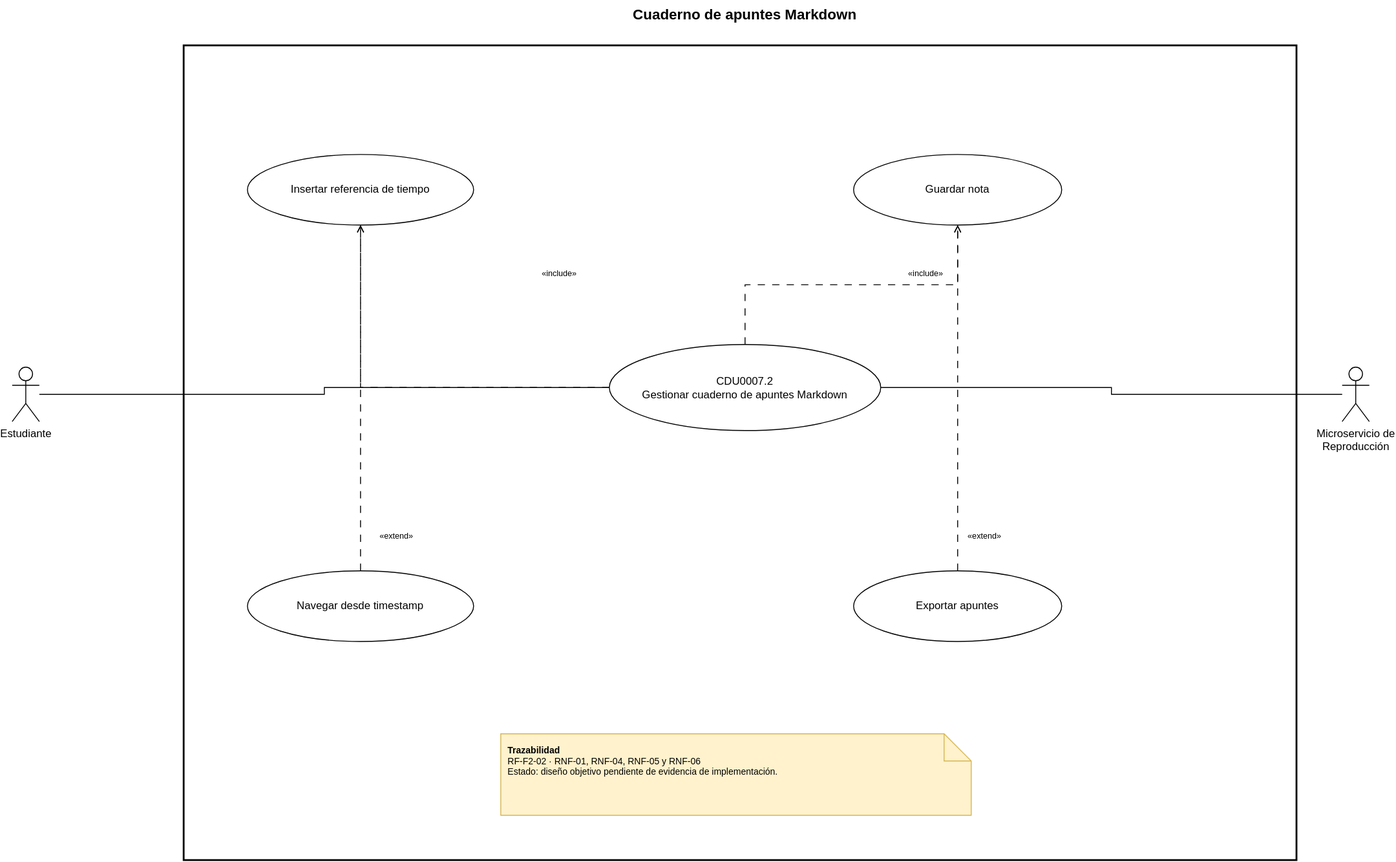
This is Documentacion/CDU/CDU_Expandido_CDU29_202307691.drawio.svg from thanya-gate/SA_PROYECTO_202307691, a draw.io export, as it was before one commit. Source tidied: cells renumbered, new cells last; positions are measured from the earlier drawing's top-left corner, leaving out a move shared by most shapes.
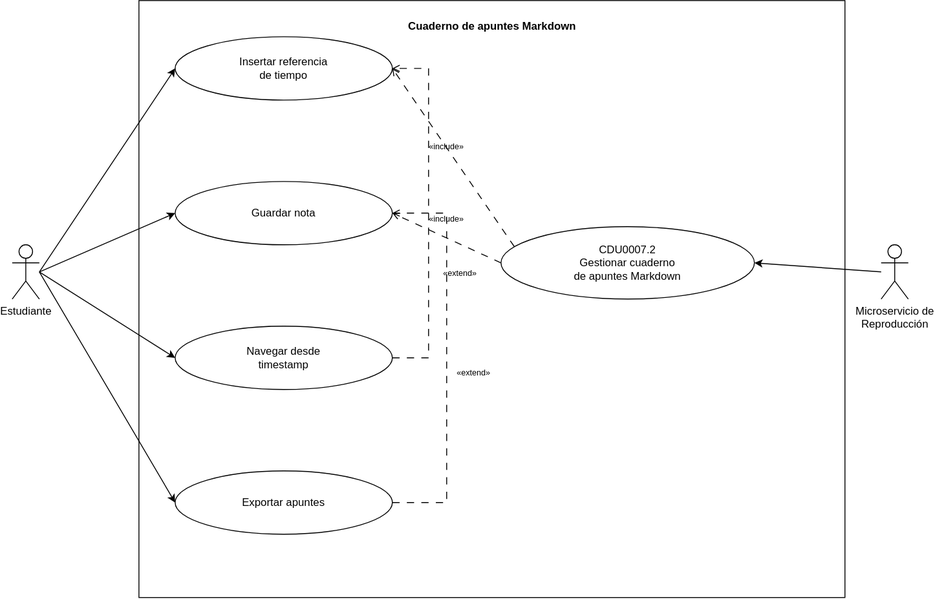
The same file after the commit.

Change to the diagram source:
```diff
@@ -1,66 +1,84 @@
-<mxGraphModel>
+<mxGraphModel background="#ffffff">
   <root>
     <mxCell id="0" />
     <mxCell id="1" parent="0" />
-    <mxCell id="2" style="rounded=0;whiteSpace=wrap;html=1;fillColor=none;strokeWidth=2;" parent="1" vertex="1">
-      <mxGeometry x="190" y="50" width="1230" height="900" as="geometry" />
+    <mxCell id="2" style="html=1;whiteSpace=wrap;" parent="1" vertex="1">
+      <mxGeometry x="70" y="60" width="780" height="660" as="geometry" />
     </mxCell>
-    <mxCell id="3" value="Cuaderno de apuntes Markdown" style="text;html=1;whiteSpace=wrap;strokeColor=none;fillColor=none;align=center;verticalAlign=middle;fontStyle=1;fontSize=16;" parent="1" vertex="1">
-      <mxGeometry x="430" width="760" height="30" as="geometry" />
+    <mxCell id="3" value="Cuaderno de apuntes Markdown" style="text;align=center;fontStyle=1;verticalAlign=middle;spacingLeft=3;spacingRight=3;strokeColor=none;html=1;" parent="1" vertex="1">
+      <mxGeometry x="250" y="76" width="420" height="26" as="geometry" />
     </mxCell>
     <mxCell id="4" value="Estudiante" style="shape=umlActor;verticalLabelPosition=bottom;verticalAlign=top;html=1;" parent="1" vertex="1">
-      <mxGeometry y="405" width="30" height="60" as="geometry" />
+      <mxGeometry x="-70" y="330" width="30" height="60" as="geometry" />
     </mxCell>
     <mxCell id="5" value="Microservicio de&lt;div&gt;Reproducción&lt;/div&gt;" style="shape=umlActor;verticalLabelPosition=bottom;verticalAlign=top;html=1;" parent="1" vertex="1">
-      <mxGeometry x="1470" y="405" width="30" height="60" as="geometry" />
+      <mxGeometry x="890" y="330" width="30" height="60" as="geometry" />
     </mxCell>
-    <mxCell id="6" value="&lt;div&gt;CDU0007.2&lt;/div&gt;&lt;div&gt;Gestionar cuaderno de apuntes Markdown&lt;/div&gt;" style="ellipse;whiteSpace=wrap;html=1;" parent="1" vertex="1">
-      <mxGeometry x="660" y="380" width="300" height="95" as="geometry" />
-    </mxCell>
-    <mxCell id="7" value="&lt;div&gt;Insertar referencia de tiempo&lt;/div&gt;" style="ellipse;whiteSpace=wrap;html=1;" parent="1" vertex="1">
-      <mxGeometry x="260" y="170" width="250" height="78" as="geometry" />
+    <mxCell id="7" value="&lt;div&gt;Insertar referencia&lt;/div&gt;&lt;div&gt;de tiempo&lt;/div&gt;" style="ellipse;whiteSpace=wrap;html=1;" parent="1" vertex="1">
+      <mxGeometry x="110" y="100" width="240" height="70" as="geometry" />
     </mxCell>
     <mxCell id="8" value="&lt;div&gt;Guardar nota&lt;/div&gt;" style="ellipse;whiteSpace=wrap;html=1;" parent="1" vertex="1">
-      <mxGeometry x="930" y="170" width="230" height="78" as="geometry" />
+      <mxGeometry x="110" y="260" width="240" height="70" as="geometry" />
     </mxCell>
-    <mxCell id="9" value="&lt;div&gt;Navegar desde timestamp&lt;/div&gt;" style="ellipse;whiteSpace=wrap;html=1;" parent="1" vertex="1">
-      <mxGeometry x="260" y="630" width="250" height="78" as="geometry" />
+    <mxCell id="9" value="&lt;div&gt;Navegar desde&lt;/div&gt;&lt;div&gt;timestamp&lt;/div&gt;" style="ellipse;whiteSpace=wrap;html=1;" parent="1" vertex="1">
+      <mxGeometry x="110" y="420" width="240" height="70" as="geometry" />
     </mxCell>
     <mxCell id="10" value="&lt;div&gt;Exportar apuntes&lt;/div&gt;" style="ellipse;whiteSpace=wrap;html=1;" parent="1" vertex="1">
-      <mxGeometry x="930" y="630" width="230" height="78" as="geometry" />
+      <mxGeometry x="110" y="580" width="240" height="70" as="geometry" />
     </mxCell>
-    <mxCell id="11" value="&lt;b&gt;Trazabilidad&lt;/b&gt;&lt;br&gt;RF-F2-02 · RNF-01, RNF-04, RNF-05 y RNF-06&lt;br&gt;Estado: diseño objetivo pendiente de evidencia de implementación." style="shape=note;whiteSpace=wrap;html=1;fillColor=#fff2cc;strokeColor=#d6b656;align=left;verticalAlign=top;spacing=8;fontSize=10;" parent="1" vertex="1">
-      <mxGeometry x="540" y="810" width="520" height="90" as="geometry" />
-    </mxCell>
+    <mxCell id="6" value="&lt;div&gt;CDU0007.2&lt;/div&gt;&lt;div&gt;Gestionar cuaderno&lt;/div&gt;&lt;div&gt;de apuntes Markdown&lt;/div&gt;" style="ellipse;whiteSpace=wrap;html=1;" parent="1" vertex="1">
+      <mxGeometry x="470" y="310" width="280" height="80" as="geometry" />
+    </mxCell>
-    <mxCell id="12" style="edgeStyle=orthogonalEdgeStyle;rounded=0;jettySize=auto;html=1;endArrow=none;" parent="1" edge="1" source="4" target="6">
+    <mxCell id="12" style="rounded=0;jettySize=auto;html=1;exitX=1;exitY=0.5;exitDx=0;exitDy=0;exitPerimeter=0;entryX=0;entryY=0.5;entryDx=0;entryDy=0;" parent="1" edge="1" source="4" target="7">
       <mxGeometry relative="1" as="geometry" />
     </mxCell>
-    <mxCell id="13" style="edgeStyle=orthogonalEdgeStyle;rounded=0;jettySize=auto;html=1;endArrow=none;" parent="1" edge="1" source="5" target="6">
+    <mxCell id="13" style="rounded=0;jettySize=auto;html=1;exitX=1;exitY=0.5;exitDx=0;exitDy=0;exitPerimeter=0;entryX=0;entryY=0.5;entryDx=0;entryDy=0;" parent="1" edge="1" source="4" target="8">
       <mxGeometry relative="1" as="geometry" />
     </mxCell>
+    <mxCell id="22" style="rounded=0;jettySize=auto;html=1;exitX=1;exitY=0.5;exitDx=0;exitDy=0;exitPerimeter=0;entryX=0;entryY=0.5;entryDx=0;entryDy=0;" parent="1" edge="1" source="4" target="9">
+      <mxGeometry relative="1" as="geometry" />
+    </mxCell>
+    <mxCell id="23" style="rounded=0;jettySize=auto;html=1;exitX=1;exitY=0.5;exitDx=0;exitDy=0;exitPerimeter=0;entryX=0;entryY=0.5;entryDx=0;entryDy=0;" parent="1" edge="1" source="4" target="10">
+      <mxGeometry relative="1" as="geometry" />
+    </mxCell>
+    <mxCell id="24" style="rounded=0;jettySize=auto;html=1;exitX=0;exitY=0.5;exitDx=0;exitDy=0;exitPerimeter=0;entryX=1;entryY=0.5;entryDx=0;entryDy=0;" parent="1" edge="1" source="5" target="6">
+      <mxGeometry relative="1" as="geometry" />
+    </mxCell>
-    <mxCell id="14" style="edgeStyle=orthogonalEdgeStyle;rounded=0;jettySize=auto;html=1;dashed=1;dashPattern=8 8;endArrow=open;endFill=0;" parent="1" edge="1" source="6" target="7">
+    <mxCell id="14" style="rounded=0;jettySize=auto;html=1;strokeWidth=1;dashPattern=8 8;dashed=1;endArrow=open;endFill=0;exitX=0;exitY=0.25;exitDx=0;exitDy=0;entryX=1;entryY=0.5;entryDx=0;entryDy=0;" parent="1" edge="1" source="6" target="7">
       <mxGeometry relative="1" as="geometry" />
     </mxCell>
-    <mxCell id="15" value="«include»" style="text;html=1;whiteSpace=wrap;strokeColor=none;fillColor=none;align=center;verticalAlign=middle;fontSize=9;" parent="1" vertex="1">
-      <mxGeometry x="570" y="290" width="70" height="24" as="geometry" />
+    <mxCell id="15" value="«include»" style="text;html=1;whiteSpace=wrap;strokeColor=none;fillColor=none;align=center;verticalAlign=middle;rounded=0;fontSize=9;" parent="1" vertex="1">
+      <mxGeometry x="375" y="210" width="70" height="24" as="geometry" />
     </mxCell>
-    <mxCell id="16" style="edgeStyle=orthogonalEdgeStyle;rounded=0;jettySize=auto;html=1;dashed=1;dashPattern=8 8;endArrow=open;endFill=0;" parent="1" edge="1" source="6" target="8">
+    <mxCell id="16" style="rounded=0;jettySize=auto;html=1;strokeWidth=1;dashPattern=8 8;dashed=1;endArrow=open;endFill=0;exitX=0;exitY=0.5;exitDx=0;exitDy=0;entryX=1;entryY=0.5;entryDx=0;entryDy=0;" parent="1" edge="1" source="6" target="8">
       <mxGeometry relative="1" as="geometry" />
     </mxCell>
-    <mxCell id="17" value="«include»" style="text;html=1;whiteSpace=wrap;strokeColor=none;fillColor=none;align=center;verticalAlign=middle;fontSize=9;" parent="1" vertex="1">
-      <mxGeometry x="975" y="290" width="70" height="24" as="geometry" />
+    <mxCell id="17" value="«include»" style="text;html=1;whiteSpace=wrap;strokeColor=none;fillColor=none;align=center;verticalAlign=middle;rounded=0;fontSize=9;" parent="1" vertex="1">
+      <mxGeometry x="375" y="290" width="70" height="24" as="geometry" />
     </mxCell>
-    <mxCell id="18" style="edgeStyle=orthogonalEdgeStyle;rounded=0;jettySize=auto;html=1;dashed=1;dashPattern=8 8;endArrow=open;endFill=0;" parent="1" edge="1" source="9" target="7">
-      <mxGeometry relative="1" as="geometry" />
+    <mxCell id="18" style="rounded=0;jettySize=auto;html=1;strokeWidth=1;dashPattern=8 8;dashed=1;endArrow=open;endFill=0;exitX=1;exitY=0.5;exitDx=0;exitDy=0;entryX=1;entryY=0.5;entryDx=0;entryDy=0;" parent="1" edge="1" source="9" target="7">
+      <mxGeometry relative="1" as="geometry">
+        <Array as="points">
+          <mxPoint x="390" y="455" />
+          <mxPoint x="390" y="135" />
+          <mxPoint x="350" y="135" />
+        </Array>
+      </mxGeometry>
     </mxCell>
-    <mxCell id="19" value="«extend»" style="text;html=1;whiteSpace=wrap;strokeColor=none;fillColor=none;align=center;verticalAlign=middle;fontSize=9;" parent="1" vertex="1">
-      <mxGeometry x="390" y="580" width="70" height="24" as="geometry" />
+    <mxCell id="19" value="«extend»" style="text;html=1;whiteSpace=wrap;strokeColor=none;fillColor=none;align=center;verticalAlign=middle;rounded=0;fontSize=9;" parent="1" vertex="1">
+      <mxGeometry x="390" y="350" width="70" height="24" as="geometry" />
     </mxCell>
-    <mxCell id="20" style="edgeStyle=orthogonalEdgeStyle;rounded=0;jettySize=auto;html=1;dashed=1;dashPattern=8 8;endArrow=open;endFill=0;" parent="1" edge="1" source="10" target="8">
-      <mxGeometry relative="1" as="geometry" />
+    <mxCell id="20" style="rounded=0;jettySize=auto;html=1;strokeWidth=1;dashPattern=8 8;dashed=1;endArrow=open;endFill=0;exitX=1;exitY=0.5;exitDx=0;exitDy=0;entryX=1;entryY=0.5;entryDx=0;entryDy=0;" parent="1" edge="1" source="10" target="8">
+      <mxGeometry relative="1" as="geometry">
+        <Array as="points">
+          <mxPoint x="410" y="615" />
+          <mxPoint x="410" y="295" />
+          <mxPoint x="350" y="295" />
+        </Array>
+      </mxGeometry>
     </mxCell>
-    <mxCell id="21" value="«extend»" style="text;html=1;whiteSpace=wrap;strokeColor=none;fillColor=none;align=center;verticalAlign=middle;fontSize=9;" parent="1" vertex="1">
-      <mxGeometry x="1040" y="580" width="70" height="24" as="geometry" />
+    <mxCell id="21" value="«extend»" style="text;html=1;whiteSpace=wrap;strokeColor=none;fillColor=none;align=center;verticalAlign=middle;rounded=0;fontSize=9;" parent="1" vertex="1">
+      <mxGeometry x="405" y="460" width="70" height="24" as="geometry" />
     </mxCell>
   </root>
 </mxGraphModel>
```
